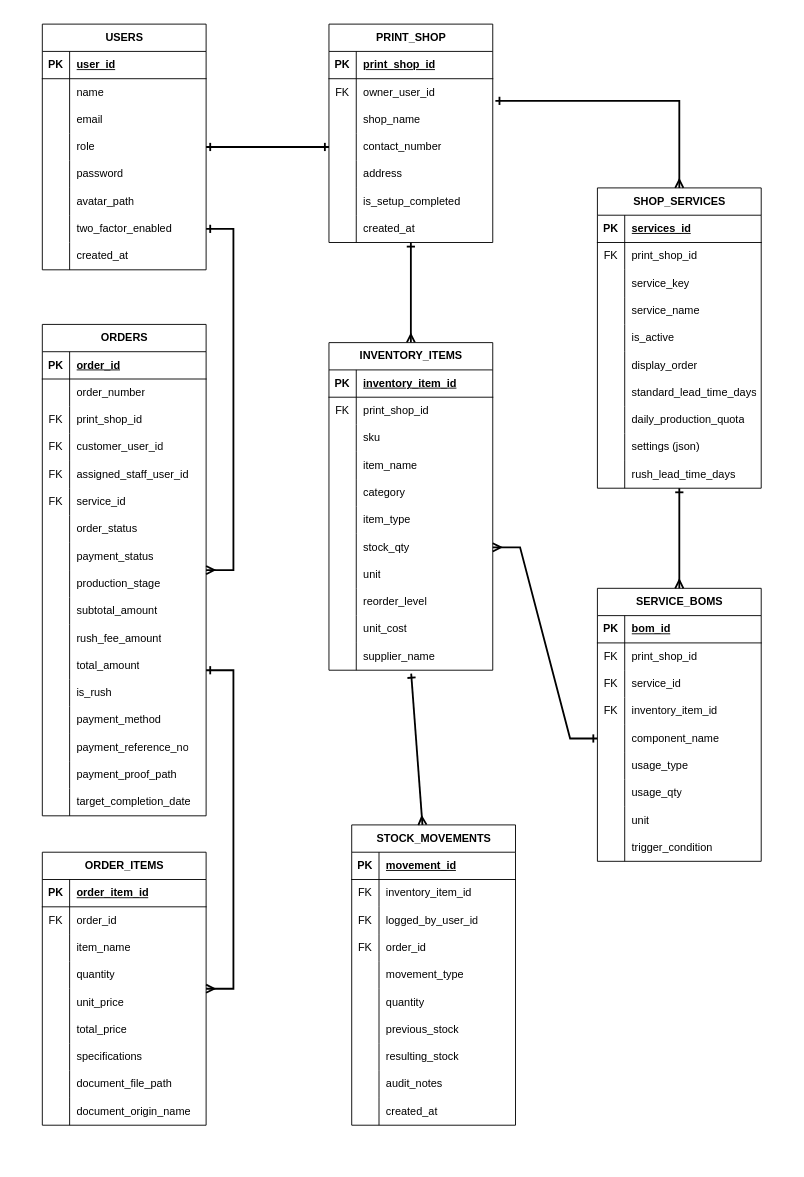
The draw.io diagram capstone_paper/capstone_draft_folder/diagrams/ERD.drawio in imaginarycjay/printify, before the edit. Source tidied: cells renumbered, new cells numbered last; positions are measured from the earlier drawing's top-left corner, leaving out a move shared by most shapes. Both pictures are drawn from the tidied source at 91%, with x=0, y=0 at pixel (42, 24).
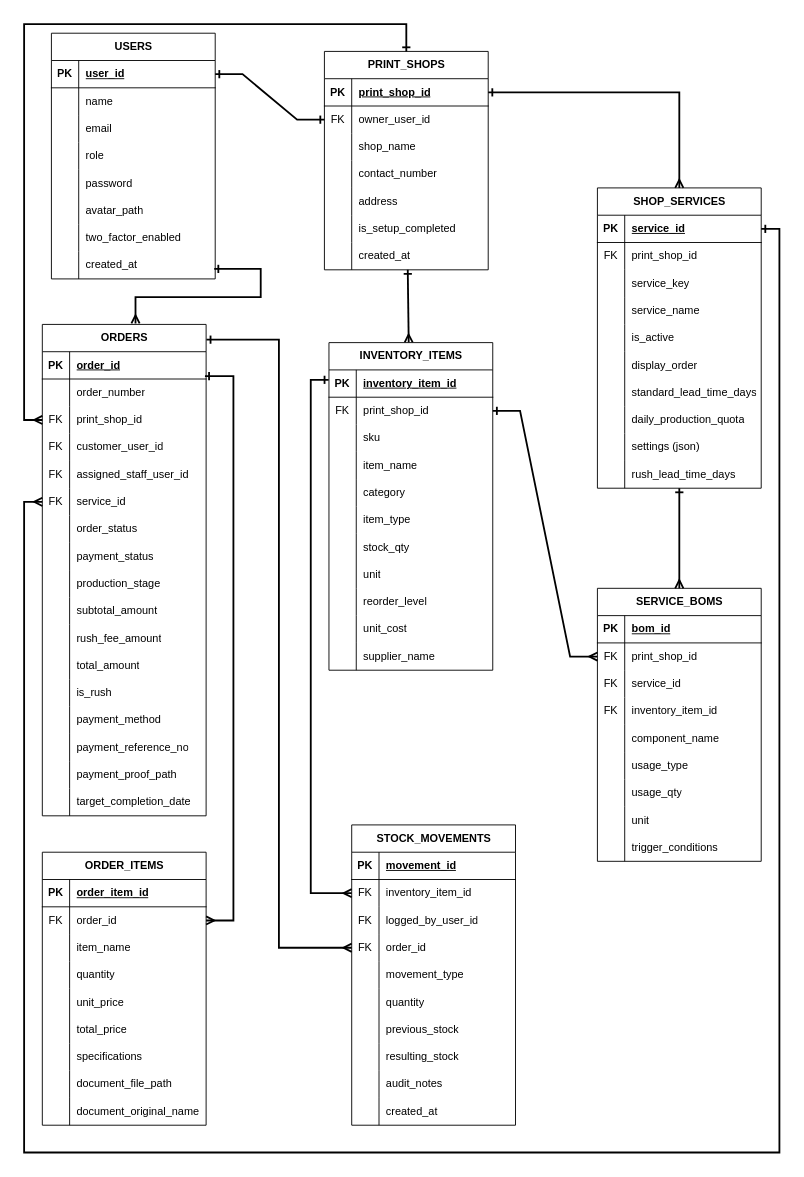
After the change.

The change refers to these unchanged cells:
```xml
<mxCell id="4" style="shape=tableRow;horizontal=0;startSize=0;swimlaneHead=0;swimlaneBody=0;fillColor=none;points=[[0,0.5],[1,0.5]];portConstraint=eastwest;top=0;left=0;right=0;bottom=1;" parent="3" vertex="1">
  <mxGeometry y="30" width="180" height="30" as="geometry" />
</mxCell>
<mxCell id="22" style="shape=tableRow;horizontal=0;startSize=0;swimlaneHead=0;swimlaneBody=0;fillColor=none;points=[[0,0.5],[1,0.5]];portConstraint=eastwest;top=0;left=0;right=0;bottom=0;" parent="3" vertex="1">
  <mxGeometry y="210" width="180" height="30" as="geometry" />
</mxCell>
<mxCell id="25" style="shape=tableRow;horizontal=0;startSize=0;swimlaneHead=0;swimlaneBody=0;fillColor=none;points=[[0,0.5],[1,0.5]];portConstraint=eastwest;top=0;left=0;right=0;bottom=0;" parent="3" vertex="1">
  <mxGeometry y="240" width="180" height="30" as="geometry" />
</mxCell>
<mxCell id="30" style="shape=tableRow;horizontal=0;startSize=0;swimlaneHead=0;swimlaneBody=0;fillColor=none;points=[[0,0.5],[1,0.5]];portConstraint=eastwest;top=0;left=0;right=0;bottom=1;" parent="29" vertex="1">
  <mxGeometry y="30" width="180" height="30" as="geometry" />
</mxCell>
<mxCell id="33" style="shape=tableRow;horizontal=0;startSize=0;swimlaneHead=0;swimlaneBody=0;fillColor=none;points=[[0,0.5],[1,0.5]];portConstraint=eastwest;top=0;left=0;right=0;bottom=0;" parent="29" vertex="1">
  <mxGeometry y="60" width="180" height="30" as="geometry" />
</mxCell>
<mxCell id="39" style="shape=tableRow;horizontal=0;startSize=0;swimlaneHead=0;swimlaneBody=0;fillColor=none;points=[[0,0.5],[1,0.5]];portConstraint=eastwest;top=0;left=0;right=0;bottom=0;" parent="29" vertex="1">
  <mxGeometry y="120" width="180" height="30" as="geometry" />
</mxCell>
<mxCell id="52" value="ORDERS" style="shape=table;startSize=30;childLayout=tableLayout;rowLines=0;fontStyle=1;align=center;html=1;swimlaneFillColor=none;" parent="1" vertex="1">
  <mxGeometry y="330" width="180" height="540" as="geometry" />
</mxCell>
<mxCell id="53" style="shape=tableRow;horizontal=0;startSize=0;swimlaneHead=0;swimlaneBody=0;fillColor=none;points=[[0,0.5],[1,0.5]];portConstraint=eastwest;top=0;left=0;right=0;bottom=1;" parent="52" vertex="1">
  <mxGeometry y="30" width="180" height="30" as="geometry" />
</mxCell>
<mxCell id="59" style="shape=tableRow;horizontal=0;startSize=0;swimlaneHead=0;swimlaneBody=0;fillColor=none;points=[[0,0.5],[1,0.5]];portConstraint=eastwest;top=0;left=0;right=0;bottom=0;" parent="52" vertex="1">
  <mxGeometry y="90" width="180" height="30" as="geometry" />
</mxCell>
<mxCell id="68" style="shape=tableRow;horizontal=0;startSize=0;swimlaneHead=0;swimlaneBody=0;fillColor=none;points=[[0,0.5],[1,0.5]];portConstraint=eastwest;top=0;left=0;right=0;bottom=0;" parent="52" vertex="1">
  <mxGeometry y="180" width="180" height="30" as="geometry" />
</mxCell>
<mxCell id="86" style="shape=tableRow;horizontal=0;startSize=0;swimlaneHead=0;swimlaneBody=0;fillColor=none;points=[[0,0.5],[1,0.5]];portConstraint=eastwest;top=0;left=0;right=0;bottom=0;" parent="52" vertex="1">
  <mxGeometry y="360" width="180" height="30" as="geometry" />
</mxCell>
<mxCell id="104" value="ORDER_ITEMS" style="shape=table;startSize=30;childLayout=tableLayout;rowLines=0;fontStyle=1;align=center;html=1;swimlaneFillColor=none;" parent="1" vertex="1">
  <mxGeometry y="910" width="180" height="300" as="geometry" />
</mxCell>
<mxCell id="108" style="shape=tableRow;horizontal=0;startSize=0;swimlaneHead=0;swimlaneBody=0;fillColor=none;points=[[0,0.5],[1,0.5]];portConstraint=eastwest;top=0;left=0;right=0;bottom=0;" parent="104" vertex="1">
  <mxGeometry y="60" width="180" height="30" as="geometry" />
</mxCell>
<mxCell id="129" style="shape=tableRow;horizontal=0;startSize=0;swimlaneHead=0;swimlaneBody=0;fillColor=none;top=0;left=0;right=0;bottom=0;" parent="104" vertex="1">
  <mxGeometry y="270" width="180" height="30" as="geometry" />
</mxCell>
<mxCell id="133" style="shape=tableRow;horizontal=0;startSize=0;swimlaneHead=0;swimlaneBody=0;fillColor=none;points=[[0,0.5],[1,0.5]];portConstraint=eastwest;top=0;left=0;right=0;bottom=1;" parent="132" vertex="1">
  <mxGeometry y="30" width="180" height="30" as="geometry" />
</mxCell>
<mxCell id="151" style="shape=tableRow;horizontal=0;startSize=0;swimlaneHead=0;swimlaneBody=0;fillColor=none;points=[[0,0.5],[1,0.5]];portConstraint=eastwest;top=0;left=0;right=0;bottom=0;" parent="132" vertex="1">
  <mxGeometry y="210" width="180" height="30" as="geometry" />
</mxCell>
<mxCell id="163" style="shape=tableRow;horizontal=0;startSize=0;swimlaneHead=0;swimlaneBody=0;fillColor=none;points=[[0,0.5],[1,0.5]];portConstraint=eastwest;top=0;left=0;right=0;bottom=0;" parent="132" vertex="1">
  <mxGeometry y="330" width="180" height="30" as="geometry" />
</mxCell>
<mxCell id="166" value="STOCK_MOVEMENTS" style="shape=table;startSize=30;childLayout=tableLayout;rowLines=0;fontStyle=1;align=center;html=1;swimlaneFillColor=none;" parent="1" vertex="1">
  <mxGeometry x="340" y="880" width="180" height="330" as="geometry" />
</mxCell>
<mxCell id="170" style="shape=tableRow;horizontal=0;startSize=0;swimlaneHead=0;swimlaneBody=0;fillColor=none;points=[[0,0.5],[1,0.5]];portConstraint=eastwest;top=0;left=0;right=0;bottom=0;" parent="166" vertex="1">
  <mxGeometry y="60" width="180" height="30" as="geometry" />
</mxCell>
<mxCell id="176" style="shape=tableRow;horizontal=0;startSize=0;swimlaneHead=0;swimlaneBody=0;fillColor=none;points=[[0,0.5],[1,0.5]];portConstraint=eastwest;top=0;left=0;right=0;bottom=0;" parent="166" vertex="1">
  <mxGeometry y="120" width="180" height="30" as="geometry" />
</mxCell>
<mxCell id="201" style="shape=tableRow;horizontal=0;startSize=0;swimlaneHead=0;swimlaneBody=0;fillColor=none;points=[[0,0.5],[1,0.5]];portConstraint=eastwest;top=0;left=0;right=0;bottom=0;" parent="197" vertex="1">
  <mxGeometry y="60" width="180" height="30" as="geometry" />
</mxCell>
<mxCell id="210" style="shape=tableRow;horizontal=0;startSize=0;swimlaneHead=0;swimlaneBody=0;fillColor=none;points=[[0,0.5],[1,0.5]];portConstraint=eastwest;top=0;left=0;right=0;bottom=0;" parent="197" vertex="1">
  <mxGeometry y="150" width="180" height="30" as="geometry" />
</mxCell>
<mxCell id="222" style="shape=tableRow;horizontal=0;startSize=0;swimlaneHead=0;swimlaneBody=0;fillColor=none;top=0;left=0;right=0;bottom=0;" parent="197" vertex="1">
  <mxGeometry y="270" width="180" height="30" as="geometry" />
</mxCell>
<mxCell id="226" value="SHOP_SERVICES" style="shape=table;startSize=30;childLayout=tableLayout;rowLines=0;fontStyle=1;align=center;html=1;swimlaneFillColor=none;" parent="1" vertex="1">
  <mxGeometry x="610" y="180" width="180" height="330" as="geometry" />
</mxCell>
<mxCell id="227" style="shape=tableRow;horizontal=0;startSize=0;swimlaneHead=0;swimlaneBody=0;fillColor=none;points=[[0,0.5],[1,0.5]];portConstraint=eastwest;top=0;left=0;right=0;bottom=1;" parent="226" vertex="1">
  <mxGeometry y="30" width="180" height="30" as="geometry" />
</mxCell>
```

Diff of the diagram source:
```diff
@@
-    <mxCell id="2" style="edgeStyle=entityRelationEdgeStyle;rounded=0;jettySize=auto;html=1;entryX=0;entryY=0.5;entryDx=0;entryDy=0;strokeWidth=2;endArrow=ERone;endFill=0;startArrow=ERone;startFill=0;" parent="1" edge="1" source="3" target="39">
+    <mxCell id="2" style="edgeStyle=entityRelationEdgeStyle;rounded=0;jettySize=auto;html=1;entryX=0;entryY=0.5;entryDx=0;entryDy=0;strokeWidth=2;endArrow=ERone;endFill=0;startArrow=ERone;startFill=0;exitX=1;exitY=0.5;exitDx=0;exitDy=0;" parent="1" edge="1" source="4" target="33">
       <mxGeometry relative="1" as="geometry" />
     </mxCell>
     <mxCell id="3" value="USERS" style="shape=table;startSize=30;childLayout=tableLayout;rowLines=0;fontStyle=1;align=center;html=1;swimlaneFillColor=none;" parent="1" vertex="1">
-      <mxGeometry width="180" height="270" as="geometry" />
+      <mxGeometry x="10" y="10" width="180" height="270" as="geometry" />
     </mxCell>
@@
-    <mxCell id="29" value="PRINT_SHOP" style="shape=table;startSize=30;childLayout=tableLayout;rowLines=0;fontStyle=1;align=center;html=1;" parent="1" vertex="1">
-      <mxGeometry x="315" width="180" height="240" as="geometry" />
+    <mxCell id="29" value="PRINT_SHOPS" style="shape=table;startSize=30;childLayout=tableLayout;rowLines=0;fontStyle=1;align=center;html=1;" parent="1" vertex="1">
+      <mxGeometry x="310" y="30" width="180" height="240" as="geometry" />
     </mxCell>
@@
-    <mxCell id="51" style="edgeStyle=entityRelationEdgeStyle;rounded=0;jettySize=auto;html=1;entryX=1;entryY=0.5;entryDx=0;entryDy=0;startArrow=ERmany;startFill=0;endArrow=ERone;endFill=0;strokeWidth=2;" parent="1" edge="1" source="52" target="22">
-      <mxGeometry relative="1" as="geometry" />
+    <mxCell id="51" style="edgeStyle=orthogonalEdgeStyle;rounded=0;jettySize=auto;html=1;entryX=0.994;entryY=0.633;entryDx=0;entryDy=0;startArrow=ERmany;startFill=0;endArrow=ERone;endFill=0;strokeWidth=2;entryPerimeter=0;exitX=0.569;exitY=-0.002;exitDx=0;exitDy=0;exitPerimeter=0;" parent="1" edge="1" source="52" target="25">
+      <mxGeometry relative="1" as="geometry">
+        <Array as="points">
+          <mxPoint x="102.4" y="300" />
+          <mxPoint x="240" y="300" />
+          <mxPoint x="240" y="269" />
+        </Array>
+      </mxGeometry>
     </mxCell>
@@
-    <mxCell id="131" value="document_origin_name" style="shape=partialRectangle;fillColor=none;top=0;left=0;bottom=0;right=0;align=left;spacingLeft=6;overflow=hidden;whiteSpace=wrap;html=1;" parent="129" vertex="1">
+    <mxCell id="131" value="document_original_name" style="shape=partialRectangle;fillColor=none;top=0;left=0;bottom=0;right=0;align=left;spacingLeft=6;overflow=hidden;whiteSpace=wrap;html=1;" parent="129" vertex="1">
       <mxGeometry x="30" width="150" height="30" as="geometry" />
     </mxCell>
@@
-    <mxCell id="224" value="trigger_condition" style="shape=partialRectangle;fillColor=none;top=0;left=0;bottom=0;right=0;align=left;spacingLeft=6;overflow=hidden;whiteSpace=wrap;html=1;" parent="222" vertex="1">
+    <mxCell id="224" value="trigger_conditions" style="shape=partialRectangle;fillColor=none;top=0;left=0;bottom=0;right=0;align=left;spacingLeft=6;overflow=hidden;whiteSpace=wrap;html=1;" parent="222" vertex="1">
       <mxGeometry x="30" width="150" height="30" as="geometry" />
     </mxCell>
@@
-    <mxCell id="229" value="services_id" style="shape=partialRectangle;fillColor=none;top=0;left=0;bottom=0;right=0;align=left;spacingLeft=6;fontStyle=5;overflow=hidden;whiteSpace=wrap;html=1;" parent="227" vertex="1">
+    <mxCell id="229" value="service_id" style="shape=partialRectangle;fillColor=none;top=0;left=0;bottom=0;right=0;align=left;spacingLeft=6;fontStyle=5;overflow=hidden;whiteSpace=wrap;html=1;" parent="227" vertex="1">
       <mxGeometry x="30" width="150" height="30" as="geometry" />
     </mxCell>
@@
-    <mxCell id="257" style="edgeStyle=entityRelationEdgeStyle;rounded=0;jettySize=auto;html=1;entryX=1;entryY=0.667;entryDx=0;entryDy=0;entryPerimeter=0;strokeWidth=2;endArrow=ERone;endFill=0;startArrow=ERmany;startFill=0;exitX=1;exitY=0.5;exitDx=0;exitDy=0;" parent="1" edge="1" source="104" target="86">
+    <mxCell id="257" style="edgeStyle=entityRelationEdgeStyle;rounded=0;jettySize=auto;html=1;entryX=0.993;entryY=0.894;entryDx=0;entryDy=0;strokeWidth=2;endArrow=ERone;endFill=0;startArrow=ERmany;startFill=0;entryPerimeter=0;" parent="1" edge="1" source="108" target="53">
       <mxGeometry relative="1" as="geometry" />
     </mxCell>
-    <mxCell id="258" style="edgeStyle=orthogonalEdgeStyle;rounded=0;jettySize=auto;html=1;entryX=1.016;entryY=0.811;entryDx=0;entryDy=0;entryPerimeter=0;strokeWidth=2;endArrow=ERone;endFill=0;startArrow=ERmany;startFill=0;" parent="1" edge="1" source="226" target="33">
+    <mxCell id="258" style="edgeStyle=orthogonalEdgeStyle;rounded=0;jettySize=auto;html=1;entryX=1;entryY=0.5;entryDx=0;entryDy=0;strokeWidth=2;endArrow=ERone;endFill=0;startArrow=ERmany;startFill=0;" parent="1" edge="1" source="226" target="30">
       <mxGeometry relative="1" as="geometry">
         <Array as="points">
-          <mxPoint x="700" y="84.3" />
+          <mxPoint x="700" y="75" />
         </Array>
       </mxGeometry>
     </mxCell>
-    <mxCell id="259" style="edgeStyle=entityRelationEdgeStyle;rounded=0;jettySize=auto;html=1;entryX=0;entryY=0.5;entryDx=0;entryDy=0;startArrow=ERmany;startFill=0;strokeWidth=2;endArrow=ERone;endFill=0;" parent="1" edge="1" source="151" target="210">
-      <mxGeometry relative="1" as="geometry" />
+    <mxCell id="259" style="edgeStyle=entityRelationEdgeStyle;rounded=0;jettySize=auto;html=1;entryX=0;entryY=0.5;entryDx=0;entryDy=0;startArrow=ERone;startFill=0;strokeWidth=2;endArrow=ERmany;endFill=0;" parent="1" edge="1" target="201">
+      <mxGeometry relative="1" as="geometry">
+        <mxPoint x="495" y="425" as="sourcePoint" />
+      </mxGeometry>
     </mxCell>
-    <mxCell id="260" style="rounded=0;jettySize=auto;html=1;entryX=0.502;entryY=1.124;entryDx=0;entryDy=0;entryPerimeter=0;strokeWidth=2;startArrow=ERmany;startFill=0;endArrow=ERone;endFill=0;" parent="1" edge="1" source="166" target="163">
+    <mxCell id="260" style="rounded=0;jettySize=auto;html=1;entryX=-0.002;entryY=0.363;entryDx=0;entryDy=0;entryPerimeter=0;strokeWidth=2;startArrow=ERmany;startFill=0;endArrow=ERone;endFill=0;exitX=0;exitY=0.5;exitDx=0;exitDy=0;edgeStyle=orthogonalEdgeStyle;" parent="1" edge="1" source="170" target="133">
       <mxGeometry relative="1" as="geometry" />
     </mxCell>
+    <mxCell id="261" style="edgeStyle=orthogonalEdgeStyle;rounded=0;jettySize=auto;html=1;entryX=0.5;entryY=0;entryDx=0;entryDy=0;exitX=0;exitY=0.5;exitDx=0;exitDy=0;strokeWidth=2;endArrow=ERone;endFill=0;startArrow=ERmany;startFill=0;" parent="1" edge="1" source="59" target="29">
+      <mxGeometry relative="1" as="geometry">
+        <Array as="points">
+          <mxPoint x="-20" y="435" />
+          <mxPoint x="-20" />
+          <mxPoint x="400" />
+        </Array>
+      </mxGeometry>
+    </mxCell>
+    <mxCell id="262" style="edgeStyle=orthogonalEdgeStyle;rounded=0;jettySize=auto;html=1;entryX=1;entryY=0.5;entryDx=0;entryDy=0;exitX=0;exitY=0.5;exitDx=0;exitDy=0;startArrow=ERmany;startFill=0;endArrow=ERone;endFill=0;strokeWidth=2;" parent="1" edge="1" source="68" target="227">
+      <mxGeometry relative="1" as="geometry">
+        <Array as="points">
+          <mxPoint x="-20" y="525" />
+          <mxPoint x="-20" y="1240" />
+          <mxPoint x="810" y="1240" />
+          <mxPoint x="810" y="225" />
+        </Array>
+      </mxGeometry>
+    </mxCell>
+    <mxCell id="263" style="edgeStyle=orthogonalEdgeStyle;rounded=0;jettySize=auto;html=1;entryX=1.002;entryY=0.031;entryDx=0;entryDy=0;entryPerimeter=0;startArrow=ERmany;startFill=0;endArrow=ERone;endFill=0;strokeWidth=2;" parent="1" edge="1" source="176" target="52">
+      <mxGeometry relative="1" as="geometry" />
+    </mxCell>
```
